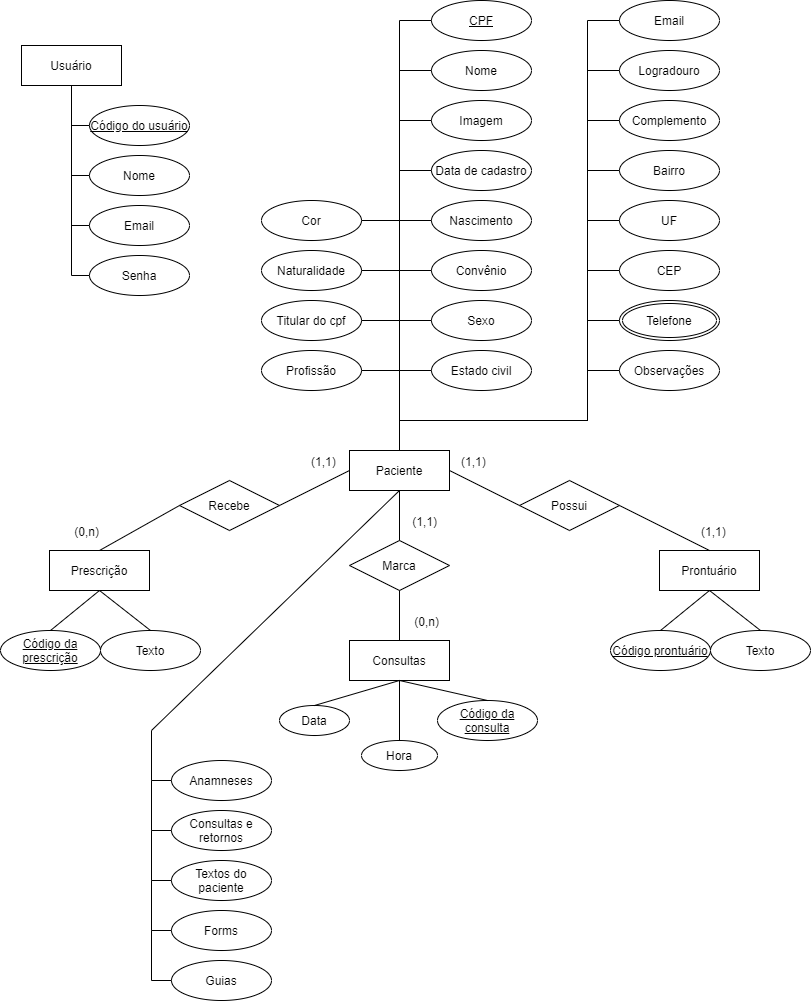
This is artefatos/diagrama BD/diagramaBD.png from ICEI-PUC-Minas-PPLES-TI/plf-es-2021-1-ti3-6653100-agendamento-de-consultas-medicas, a draw.io export, as it was before one commit. Source tidied: cells renumbered, new cells last; positions are measured from the earlier drawing's top-left corner, leaving out a move shared by most shapes.
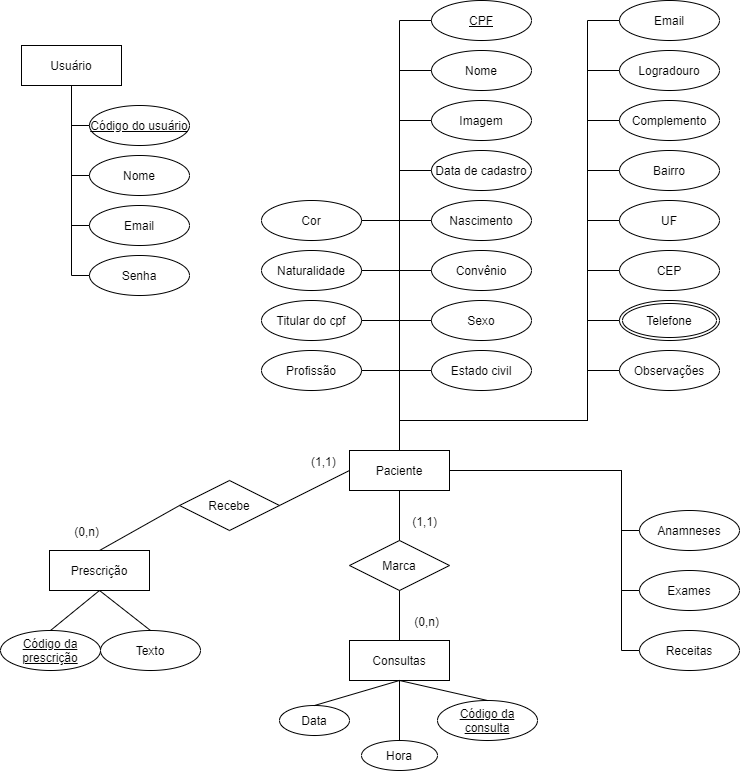
Above is the later version.

What changed in the source:
```diff
@@ -11,43 +11,6 @@
     <mxCell id="4" value="Prescrição" style="whiteSpace=wrap;html=1;align=center;" parent="1" vertex="1">
       <mxGeometry x="49" y="550" width="100" height="40" as="geometry" />
     </mxCell>
-    <mxCell id="5" value="Prontuário" style="whiteSpace=wrap;html=1;align=center;" parent="1" vertex="1">
-      <mxGeometry x="659" y="550" width="100" height="40" as="geometry" />
-    </mxCell>
-    <mxCell id="6" value="Possui" style="shape=rhombus;perimeter=rhombusPerimeter;whiteSpace=wrap;html=1;align=center;" parent="1" vertex="1">
-      <mxGeometry x="519" y="480" width="100" height="50" as="geometry" />
-    </mxCell>
-    <mxCell id="7" style="endArrow=none;html=1;rounded=0;entryX=0;entryY=0.5;entryDx=0;entryDy=0;exitX=1;exitY=0.5;exitDx=0;exitDy=0;" parent="1" edge="1" source="2" target="6">
-      <mxGeometry relative="1" as="geometry" />
-    </mxCell>
-    <mxCell id="8" value="(1,1)" style="html=1;align=left;verticalAlign=bottom;" parent="7" vertex="1">
-      <mxGeometry x="-1" relative="1" as="geometry">
-        <mxPoint x="10" as="offset" />
-      </mxGeometry>
-    </mxCell>
-    <mxCell id="9" style="endArrow=none;html=1;rounded=0;" parent="1" edge="1">
-      <mxGeometry relative="1" as="geometry">
-        <mxPoint x="619" y="505" as="sourcePoint" />
-        <mxPoint x="709" y="550" as="targetPoint" />
-      </mxGeometry>
-    </mxCell>
-    <mxCell id="10" value="(1,1)" style="html=1;align=left;verticalAlign=bottom;" parent="9" vertex="1">
-      <mxGeometry x="-1" relative="1" as="geometry">
-        <mxPoint x="80" y="35" as="offset" />
-      </mxGeometry>
-    </mxCell>
-    <mxCell id="11" value="Código prontuário" style="ellipse;whiteSpace=wrap;html=1;align=center;fontStyle=4;" parent="1" vertex="1">
-      <mxGeometry x="610" y="630" width="100" height="40" as="geometry" />
-    </mxCell>
-    <mxCell id="12" value="Texto" style="ellipse;whiteSpace=wrap;html=1;align=center;" parent="1" vertex="1">
-      <mxGeometry x="710" y="630" width="100" height="40" as="geometry" />
-    </mxCell>
-    <mxCell id="13" style="endArrow=none;html=1;rounded=0;entryX=0.5;entryY=1;entryDx=0;entryDy=0;exitX=0.5;exitY=0;exitDx=0;exitDy=0;" parent="1" edge="1" source="11" target="5">
-      <mxGeometry relative="1" as="geometry" />
-    </mxCell>
-    <mxCell id="14" style="endArrow=none;html=1;rounded=0;entryX=0.5;entryY=1;entryDx=0;entryDy=0;exitX=0.5;exitY=0;exitDx=0;exitDy=0;" parent="1" edge="1" source="12" target="5">
-      <mxGeometry relative="1" as="geometry" />
-    </mxCell>
     <mxCell id="15" value="Marca" style="shape=rhombus;perimeter=rhombusPerimeter;whiteSpace=wrap;html=1;align=center;" parent="1" vertex="1">
       <mxGeometry x="349" y="540" width="100" height="50" as="geometry" />
     </mxCell>
@@ -385,65 +348,47 @@
       </mxGeometry>
     </mxCell>
     <mxCell id="85" value="Anamneses" style="ellipse;whiteSpace=wrap;html=1;align=center;" parent="1" vertex="1">
-      <mxGeometry x="171" y="760" width="100" height="40" as="geometry" />
+      <mxGeometry x="639" y="510" width="100" height="40" as="geometry" />
     </mxCell>
-    <mxCell id="86" value="Consultas e retornos" style="ellipse;whiteSpace=wrap;html=1;align=center;" parent="1" vertex="1">
-      <mxGeometry x="171" y="810" width="100" height="40" as="geometry" />
-    </mxCell>
-    <mxCell id="87" value="Textos do paciente" style="ellipse;whiteSpace=wrap;html=1;align=center;" parent="1" vertex="1">
-      <mxGeometry x="171" y="860" width="100" height="40" as="geometry" />
-    </mxCell>
-    <mxCell id="88" value="Forms" style="ellipse;whiteSpace=wrap;html=1;align=center;" parent="1" vertex="1">
-      <mxGeometry x="171" y="910" width="100" height="40" as="geometry" />
-    </mxCell>
-    <mxCell id="89" value="Guias" style="ellipse;whiteSpace=wrap;html=1;align=center;" parent="1" vertex="1">
-      <mxGeometry x="171" y="960" width="100" height="40" as="geometry" />
-    </mxCell>
-    <mxCell id="90" style="edgeStyle=orthogonalEdgeStyle;rounded=0;orthogonalLoop=1;jettySize=auto;html=1;exitX=0.5;exitY=1;exitDx=0;exitDy=0;" parent="1" edge="1" source="85" target="85">
-      <mxGeometry relative="1" as="geometry" />
+    <mxCell id="90" style="edgeStyle=orthogonalEdgeStyle;rounded=0;orthogonalLoop=1;jettySize=auto;html=1;exitX=0.5;exitY=1;exitDx=0;exitDy=0;" parent="1" edge="1">
+      <mxGeometry relative="1" as="geometry">
+        <mxPoint x="689" y="560" as="sourcePoint" />
+        <mxPoint x="689" y="560" as="targetPoint" />
+      </mxGeometry>
     </mxCell>
-    <mxCell id="91" style="endArrow=none;html=1;rounded=0;entryX=0;entryY=0.5;entryDx=0;entryDy=0;" parent="1" edge="1" target="86">
-      <mxGeometry relative="1" as="geometry">
-        <mxPoint x="151" y="780" as="sourcePoint" />
-        <Array as="points">
-          <mxPoint x="151" y="830" />
-        </Array>
-      </mxGeometry>
-    </mxCell>
-    <mxCell id="92" style="endArrow=none;html=1;rounded=0;exitX=0.5;exitY=1;exitDx=0;exitDy=0;entryX=0;entryY=0.5;entryDx=0;entryDy=0;" parent="1" edge="1" source="2" target="85">
+    <mxCell id="92" style="endArrow=none;html=1;rounded=0;entryX=0;entryY=0.5;entryDx=0;entryDy=0;exitX=1;exitY=0.5;exitDx=0;exitDy=0;" parent="1" edge="1" source="2" target="85">
       <mxGeometry relative="1" as="geometry">
         <Array as="points">
-          <mxPoint x="151" y="730" />
-          <mxPoint x="151" y="780" />
+          <mxPoint x="621" y="470" />
+          <mxPoint x="621" y="530" />
         </Array>
       </mxGeometry>
     </mxCell>
-    <mxCell id="93" style="endArrow=none;html=1;rounded=0;entryX=0;entryY=0.5;entryDx=0;entryDy=0;" parent="1" edge="1">
-      <mxGeometry relative="1" as="geometry">
-        <mxPoint x="151" y="830" as="sourcePoint" />
-        <mxPoint x="171" y="880" as="targetPoint" />
-        <Array as="points">
-          <mxPoint x="151" y="880" />
-        </Array>
-      </mxGeometry>
-    </mxCell>
-    <mxCell id="94" style="endArrow=none;html=1;rounded=0;entryX=0;entryY=0.5;entryDx=0;entryDy=0;" parent="1" edge="1">
-      <mxGeometry relative="1" as="geometry">
-        <mxPoint x="151" y="880" as="sourcePoint" />
-        <mxPoint x="171" y="930" as="targetPoint" />
-        <Array as="points">
-          <mxPoint x="151" y="930" />
-        </Array>
-      </mxGeometry>
-    </mxCell>
-    <mxCell id="95" style="endArrow=none;html=1;rounded=0;entryX=0;entryY=0.5;entryDx=0;entryDy=0;" parent="1" edge="1">
-      <mxGeometry relative="1" as="geometry">
-        <mxPoint x="151" y="930" as="sourcePoint" />
-        <mxPoint x="171" y="980" as="targetPoint" />
-        <Array as="points">
-          <mxPoint x="151" y="980" />
-        </Array>
-      </mxGeometry>
-    </mxCell>
+    <mxCell id="96" value="Exames" style="ellipse;whiteSpace=wrap;html=1;align=center;" parent="1" vertex="1">
+      <mxGeometry x="639" y="570" width="100" height="40" as="geometry" />
+    </mxCell>
+    <mxCell id="97" value="Receitas" style="ellipse;whiteSpace=wrap;html=1;align=center;" parent="1" vertex="1">
+      <mxGeometry x="639" y="630" width="100" height="40" as="geometry" />
+    </mxCell>
+    <mxCell id="98" style="endArrow=none;html=1;rounded=0;entryX=0;entryY=0.5;entryDx=0;entryDy=0;" parent="1" edge="1">
+      <mxGeometry relative="1" as="geometry">
+        <mxPoint x="621" y="470" as="sourcePoint" />
+        <mxPoint x="639" y="650" as="targetPoint" />
+        <Array as="points">
+          <mxPoint x="621" y="590" />
+          <mxPoint x="621" y="650" />
+        </Array>
+      </mxGeometry>
+    </mxCell>
+    <mxCell id="99" style="endArrow=none;html=1;rounded=0;entryX=0;entryY=0.5;entryDx=0;entryDy=0;" parent="1" edge="1">
+      <mxGeometry relative="1" as="geometry">
+        <mxPoint x="621" y="470" as="sourcePoint" />
+        <mxPoint x="639" y="590" as="targetPoint" />
+        <Array as="points">
+          <mxPoint x="621" y="530" />
+          <mxPoint x="621" y="590" />
+        </Array>
+      </mxGeometry>
+    </mxCell>
   </root>
 </mxGraphModel>
```
